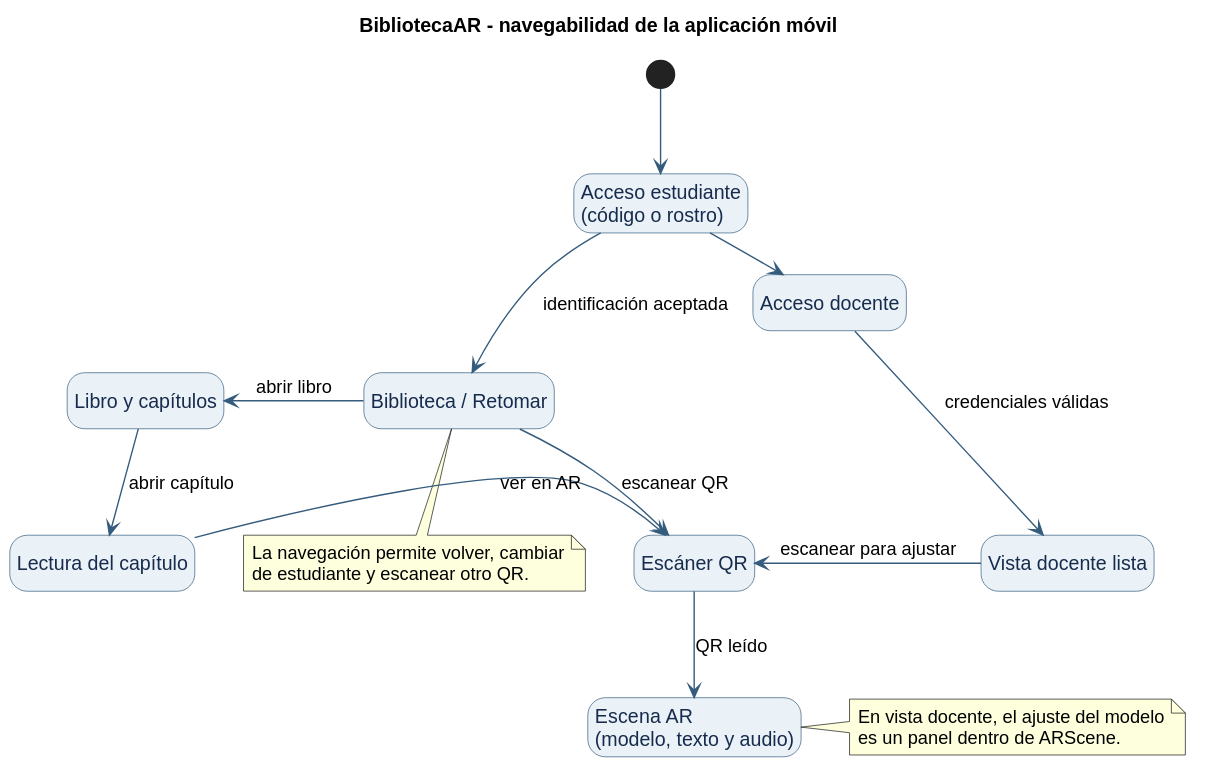
Earlier version of the PlantUML export docs/tesis/diagramas/08-navegacion-app-movil.svg (AlejandroPhoccoTapia/BibliotecaAR-backend). Its diagram source:
```plantuml
@startuml
title BibliotecaAR - navegabilidad de la aplicación móvil
top to bottom direction
skinparam shadowing false
skinparam backgroundColor white
skinparam defaultFontName Arial
skinparam state {
  BackgroundColor #EAF2F8
  BorderColor #355C7D
  FontColor #172B4D
  ArrowColor #355C7D
}
hide empty description

state "Acceso estudiante\n(código o rostro)" as LOGIN
state "Biblioteca / Retomar" as LIBRARY
state "Libro y capítulos" as BOOK
state "Lectura del capítulo" as READ
state "Escáner QR" as SCAN
state "Escena AR\n(modelo, texto y audio)" as AR
state "Acceso docente" as TEACHER_LOGIN
state "Vista docente lista" as TEACHER_READY

[*] -down-> LOGIN
LOGIN -down-> LIBRARY : identificación aceptada
LIBRARY -left-> BOOK : abrir libro
BOOK -down-> READ : abrir capítulo
LIBRARY -down-> SCAN : escanear QR
READ -right-> SCAN : ver en AR
SCAN -down-> AR : QR leído
LOGIN -right-> TEACHER_LOGIN : elegir Docente
TEACHER_LOGIN -down-> TEACHER_READY : credenciales válidas
TEACHER_READY -left-> SCAN : escanear para ajustar

note right of AR
  En vista docente, el ajuste del modelo
  es un panel dentro de ARScene.
end note

note bottom of LIBRARY
  La navegación permite volver, cambiar
  de estudiante y escanear otro QR.
end note
@enduml
```
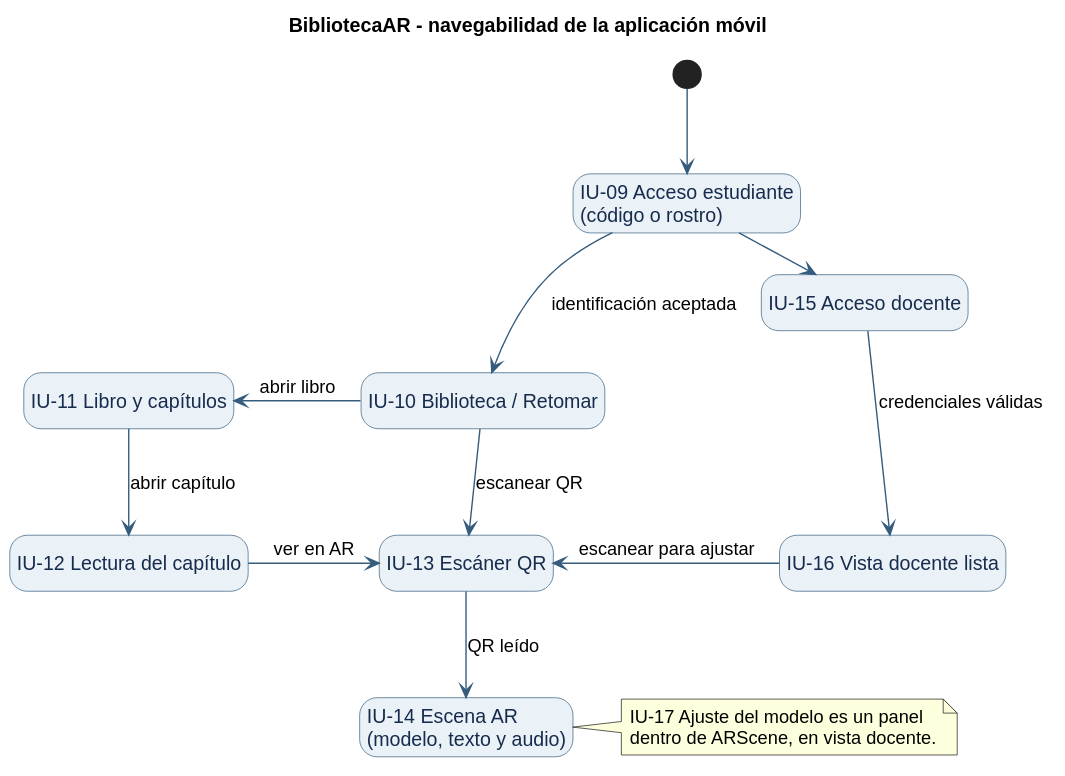
The same file after the commit.

Change to the diagram source:
```diff
@@ -12,14 +12,14 @@
 }
 hide empty description
 
-state "Acceso estudiante\n(código o rostro)" as LOGIN
-state "Biblioteca / Retomar" as LIBRARY
-state "Libro y capítulos" as BOOK
-state "Lectura del capítulo" as READ
-state "Escáner QR" as SCAN
-state "Escena AR\n(modelo, texto y audio)" as AR
-state "Acceso docente" as TEACHER_LOGIN
-state "Vista docente lista" as TEACHER_READY
+state "IU-09 Acceso estudiante\n(código o rostro)" as LOGIN
+state "IU-10 Biblioteca / Retomar" as LIBRARY
+state "IU-11 Libro y capítulos" as BOOK
+state "IU-12 Lectura del capítulo" as READ
+state "IU-13 Escáner QR" as SCAN
+state "IU-14 Escena AR\n(modelo, texto y audio)" as AR
+state "IU-15 Acceso docente" as TEACHER_LOGIN
+state "IU-16 Vista docente lista" as TEACHER_READY
 
 [*] -down-> LOGIN
 LOGIN -down-> LIBRARY : identificación aceptada
@@ -33,12 +33,7 @@
 TEACHER_READY -left-> SCAN : escanear para ajustar
 
 note right of AR
-  En vista docente, el ajuste del modelo
-  es un panel dentro de ARScene.
-end note
-
-note bottom of LIBRARY
-  La navegación permite volver, cambiar
-  de estudiante y escanear otro QR.
+  IU-17 Ajuste del modelo es un panel
+  dentro de ARScene, en vista docente.
 end note
 @enduml
```
